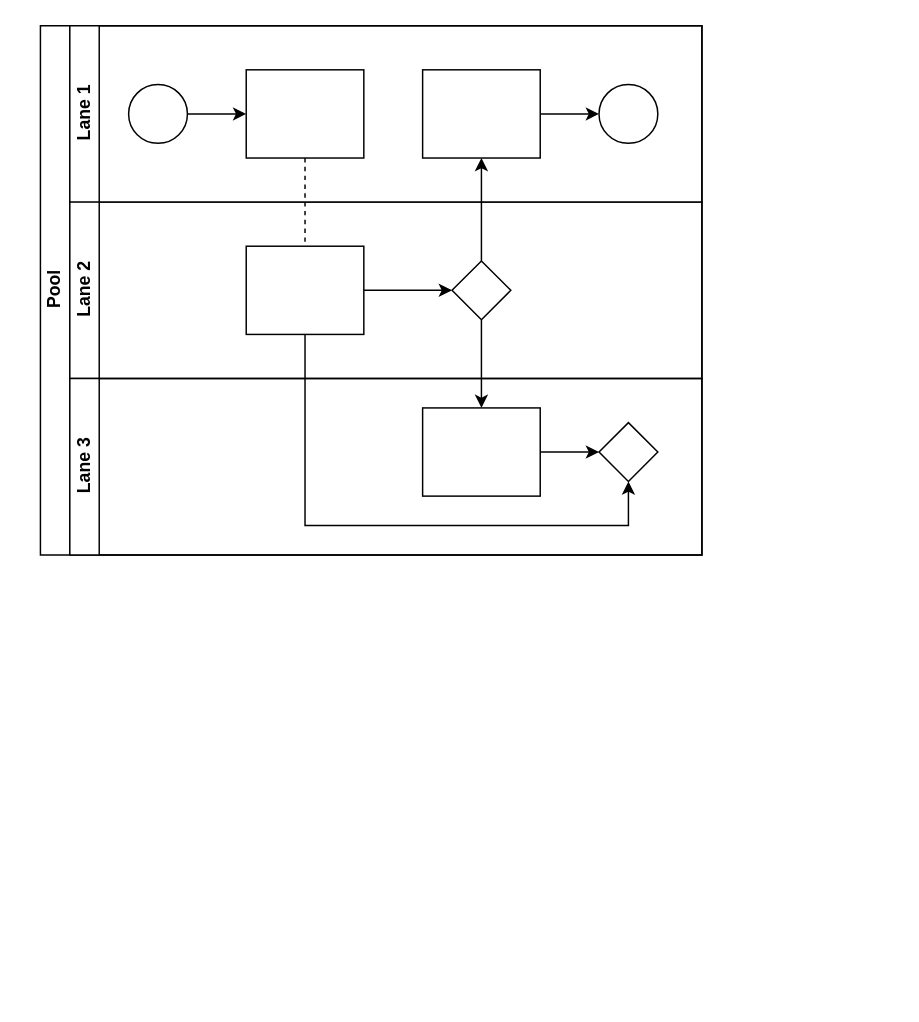
Earlier version of the draw.io diagram test2 Diagram.drawio (roka53/draw). Source tidied: cells renumbered, new cells numbered last; positions are measured from the earlier drawing's top-left corner, leaving out a move shared by most shapes. Both pictures are drawn from the tidied source at 147%, with x=0, y=0 at pixel (40, 25).
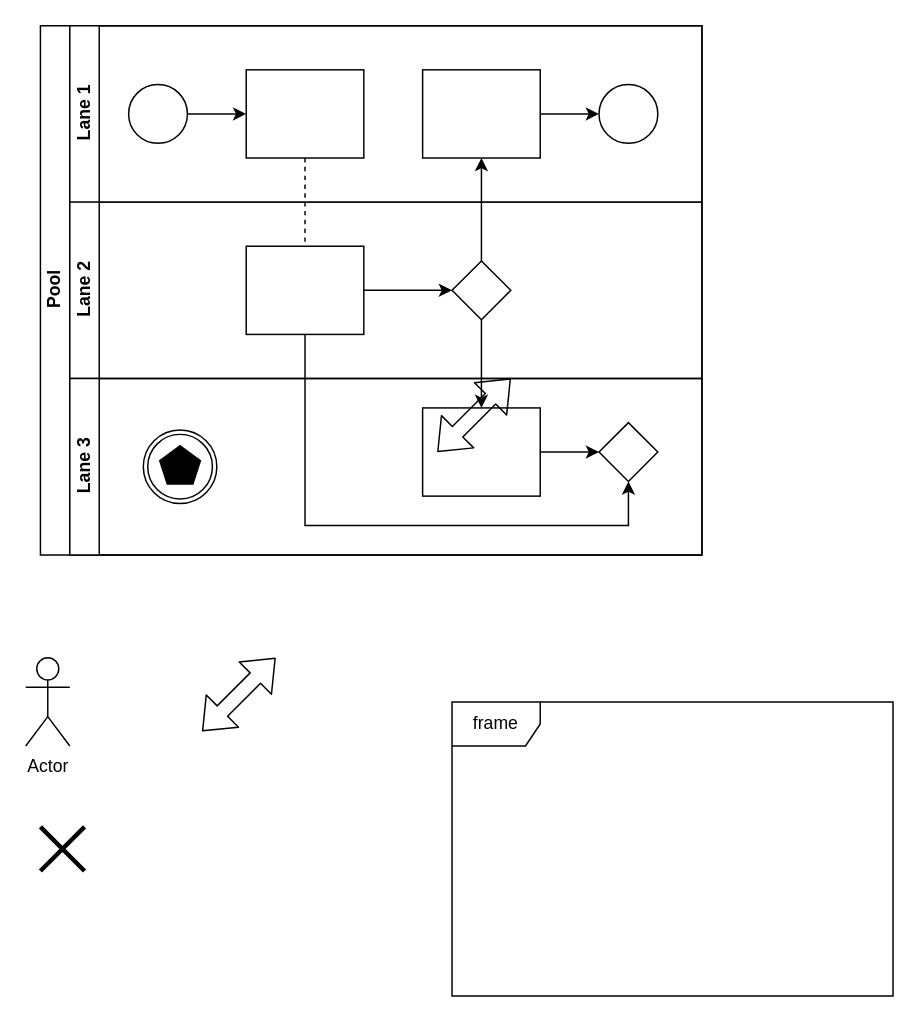
Above is the later version.

Unchanged cells that the change refers to:
```xml
<mxCell id="18" value="Lane 3" style="swimlane;html=1;startSize=20;horizontal=0;" parent="2" vertex="1">
  <mxGeometry x="20" y="240" width="430" height="120" as="geometry" />
</mxCell>
```

Diff of the diagram source:
```diff
@@
+    <mxCell id="22" style="shape=mxgraph.bpmn.shape;html=1;verticalLabelPosition=bottom;labelBackgroundColor=#ffffff;verticalAlign=top;align=center;perimeter=ellipsePerimeter;outline=throwing;symbol=multiple;" parent="18" vertex="1">
+      <mxGeometry x="50" y="35" width="50" height="50" as="geometry" />
+    </mxCell>
+    <mxCell id="23" style="shape=flexArrow;endArrow=classic;startArrow=classic;html=1;" parent="1" edge="1">
+      <mxGeometry relative="1" as="geometry">
+        <mxPoint x="270" y="290" as="sourcePoint" />
+        <mxPoint x="320" y="240" as="targetPoint" />
+      </mxGeometry>
+    </mxCell>
+    <mxCell id="24" style="shape=flexArrow;endArrow=classic;startArrow=classic;html=1;" parent="1" edge="1">
+      <mxGeometry relative="1" as="geometry">
+        <mxPoint x="110" y="480" as="sourcePoint" />
+        <mxPoint x="160" y="430" as="targetPoint" />
+      </mxGeometry>
+    </mxCell>
+    <mxCell id="25" value="frame" style="shape=umlFrame;whiteSpace=wrap;html=1;" parent="1" vertex="1">
+      <mxGeometry x="280" y="460" width="300" height="200" as="geometry" />
+    </mxCell>
+    <mxCell id="26" style="shape=umlDestroy;whiteSpace=wrap;html=1;strokeWidth=3;" parent="1" vertex="1">
+      <mxGeometry y="545" width="30" height="30" as="geometry" />
+    </mxCell>
+    <mxCell id="27" value="Actor" style="shape=umlActor;verticalLabelPosition=bottom;verticalAlign=top;html=1;" parent="1" vertex="1">
+      <mxGeometry x="-10" y="430" width="30" height="60" as="geometry" />
+    </mxCell>
```
